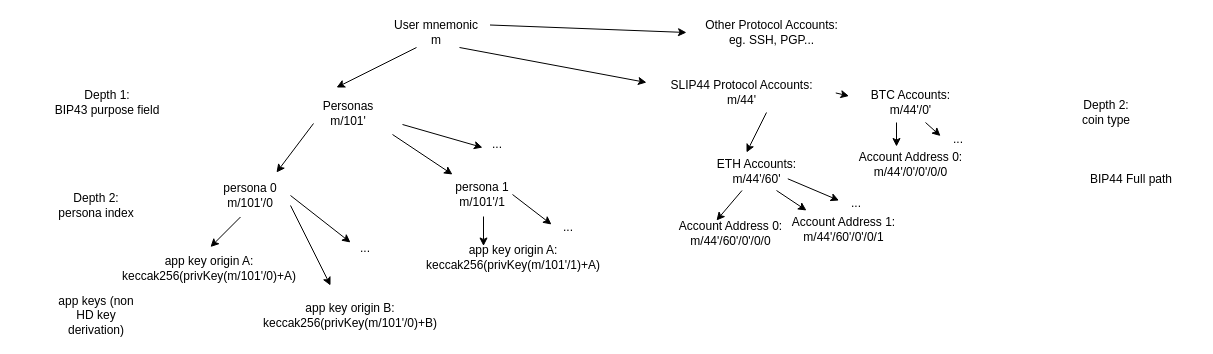
Bunjin/metamask-research keeps this draw.io diagram as HDtree.drawio. Above is the earlier version. Source tidied: cells renumbered, new cells numbered last; positions are measured from the earlier drawing's top-left corner, leaving out a move shared by most shapes. Both pictures are drawn from the tidied source at 100%, with x=0, y=0 at pixel (17, 22).
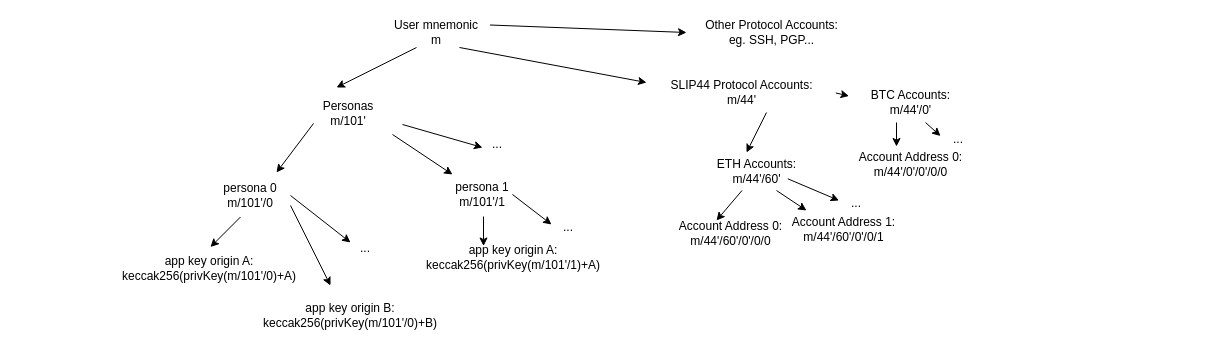
Above is the later version.

The edit, as a diff of the source:
```diff
@@
-    <mxCell id="9" value="Depth 1: &lt;br&gt;BIP43 purpose field" style="text;html=1;strokeColor=none;fillColor=none;align=center;verticalAlign=middle;whiteSpace=wrap;rounded=0;" parent="1" vertex="1">
-      <mxGeometry y="70" width="180" height="20" as="geometry" />
-    </mxCell>
-    <mxCell id="10" value="Depth 2:&lt;br&gt;persona index" style="text;html=1;strokeColor=none;fillColor=none;align=center;verticalAlign=middle;whiteSpace=wrap;rounded=0;" parent="1" vertex="1">
-      <mxGeometry x="39" y="173" width="80" height="20" as="geometry" />
-    </mxCell>
@@
-    <mxCell id="23" value="app keys (non HD key derivation)" style="text;html=1;strokeColor=none;fillColor=none;align=center;verticalAlign=middle;whiteSpace=wrap;rounded=0;" parent="1" vertex="1">
-      <mxGeometry x="39" y="283" width="80" height="20" as="geometry" />
-    </mxCell>
@@
-    <mxCell id="40" value="Depth 2:&lt;br&gt;coin type" style="text;html=1;strokeColor=none;fillColor=none;align=center;verticalAlign=middle;whiteSpace=wrap;rounded=0;" parent="1" vertex="1">
-      <mxGeometry x="1049" y="80" width="80" height="20" as="geometry" />
-    </mxCell>
-    <mxCell id="41" value="BIP44 Full path" style="text;html=1;strokeColor=none;fillColor=none;align=center;verticalAlign=middle;whiteSpace=wrap;rounded=0;" parent="1" vertex="1">
-      <mxGeometry x="1049" y="146.5" width="130" height="20" as="geometry" />
-    </mxCell>
```
